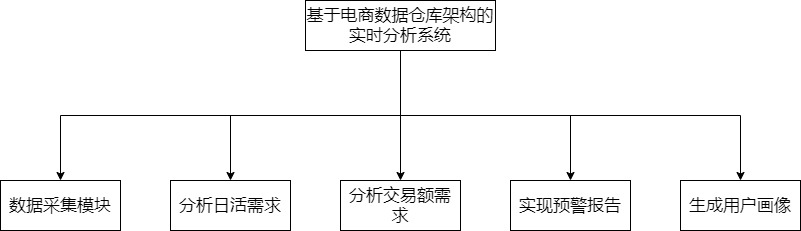
dyzcs/mall-2020 keeps this draw.io diagram as 功能模块.png. Above is the earlier version. Source tidied: cells renumbered, new cells last; positions are measured from the earlier drawing's top-left corner, leaving out a move shared by most shapes.
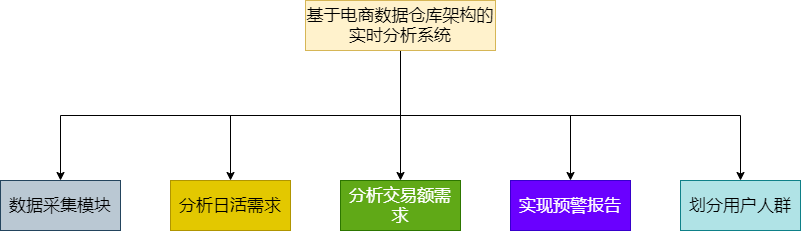
The same diagram one commit later.

Commit message:
更新功能模块.png

Diff of the diagram source:
```diff
@@ -22,22 +22,22 @@
     <mxCell id="6" style="edgeStyle=orthogonalEdgeStyle;rounded=0;jettySize=auto;html=1;exitX=0.5;exitY=1;exitDx=0;exitDy=0;fontSize=17;" parent="1" edge="1" source="7" target="9">
       <mxGeometry relative="1" as="geometry" />
     </mxCell>
-    <mxCell id="7" value="基于电商数据仓库架构的实时分析系统" style="rounded=0;whiteSpace=wrap;html=1;fontSize=17;" parent="1" vertex="1">
+    <mxCell id="7" value="基于电商数据仓库架构的实时分析系统" style="rounded=0;whiteSpace=wrap;html=1;fontSize=17;labelBackgroundColor=none;fillColor=#fff2cc;strokeColor=#d6b656;" parent="1" vertex="1">
       <mxGeometry x="305" width="190" height="50" as="geometry" />
     </mxCell>
-    <mxCell id="8" value="数据采集模块" style="rounded=0;whiteSpace=wrap;html=1;fontSize=17;" parent="1" vertex="1">
+    <mxCell id="8" value="数据采集模块" style="rounded=0;whiteSpace=wrap;html=1;fontSize=17;fillColor=#bac8d3;strokeColor=#23445d;" parent="1" vertex="1">
       <mxGeometry y="180" width="120" height="50" as="geometry" />
     </mxCell>
-    <mxCell id="9" value="分析日活需求" style="rounded=0;whiteSpace=wrap;html=1;fontSize=17;" parent="1" vertex="1">
+    <mxCell id="9" value="分析日活需求" style="rounded=0;whiteSpace=wrap;html=1;fontSize=17;fillColor=#e3c800;strokeColor=#B09500;fontColor=#000000;" parent="1" vertex="1">
       <mxGeometry x="170" y="180" width="120" height="50" as="geometry" />
     </mxCell>
-    <mxCell id="10" value="分析交易额需求" style="rounded=0;whiteSpace=wrap;html=1;fontSize=17;" parent="1" vertex="1">
+    <mxCell id="10" value="分析交易额需求" style="rounded=0;whiteSpace=wrap;html=1;fontSize=17;fillColor=#60a917;strokeColor=#2D7600;fontColor=#ffffff;" parent="1" vertex="1">
       <mxGeometry x="340" y="180" width="120" height="50" as="geometry" />
     </mxCell>
-    <mxCell id="11" value="实现预警报告" style="rounded=0;whiteSpace=wrap;html=1;fontSize=17;" parent="1" vertex="1">
+    <mxCell id="11" value="实现预警报告" style="rounded=0;whiteSpace=wrap;html=1;fontSize=17;fillColor=#6a00ff;strokeColor=#3700CC;fontColor=#ffffff;" parent="1" vertex="1">
       <mxGeometry x="510" y="180" width="120" height="50" as="geometry" />
     </mxCell>
-    <mxCell id="12" value="生成用户画像" style="rounded=0;whiteSpace=wrap;html=1;fontSize=17;" parent="1" vertex="1">
+    <mxCell id="12" value="划分用户人群" style="rounded=0;whiteSpace=wrap;html=1;fontSize=17;fillColor=#b0e3e6;strokeColor=#0e8088;" parent="1" vertex="1">
       <mxGeometry x="680" y="180" width="120" height="50" as="geometry" />
     </mxCell>
   </root>
```
